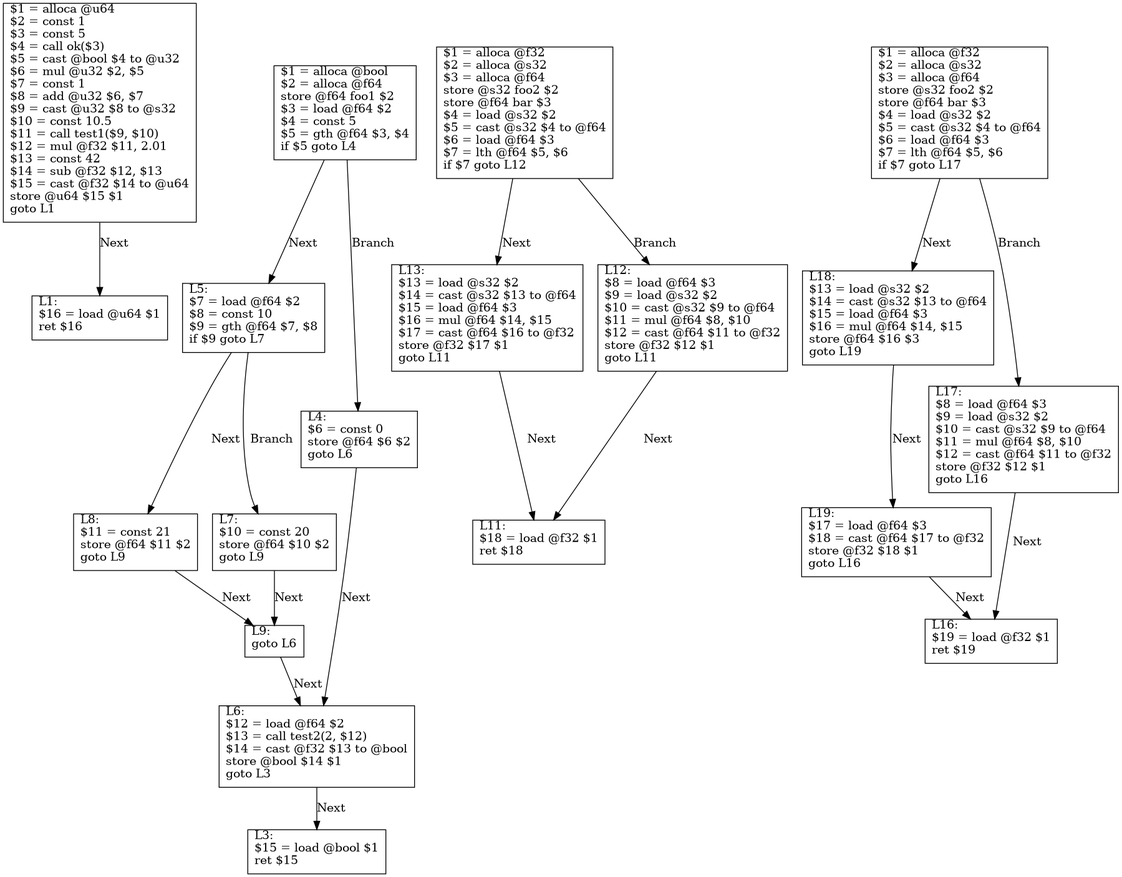
The Graphviz diagram example/test_opt.png in Excse/arkoi_language, before a commit. Its source is kept beside it as example/test_opt.dot.
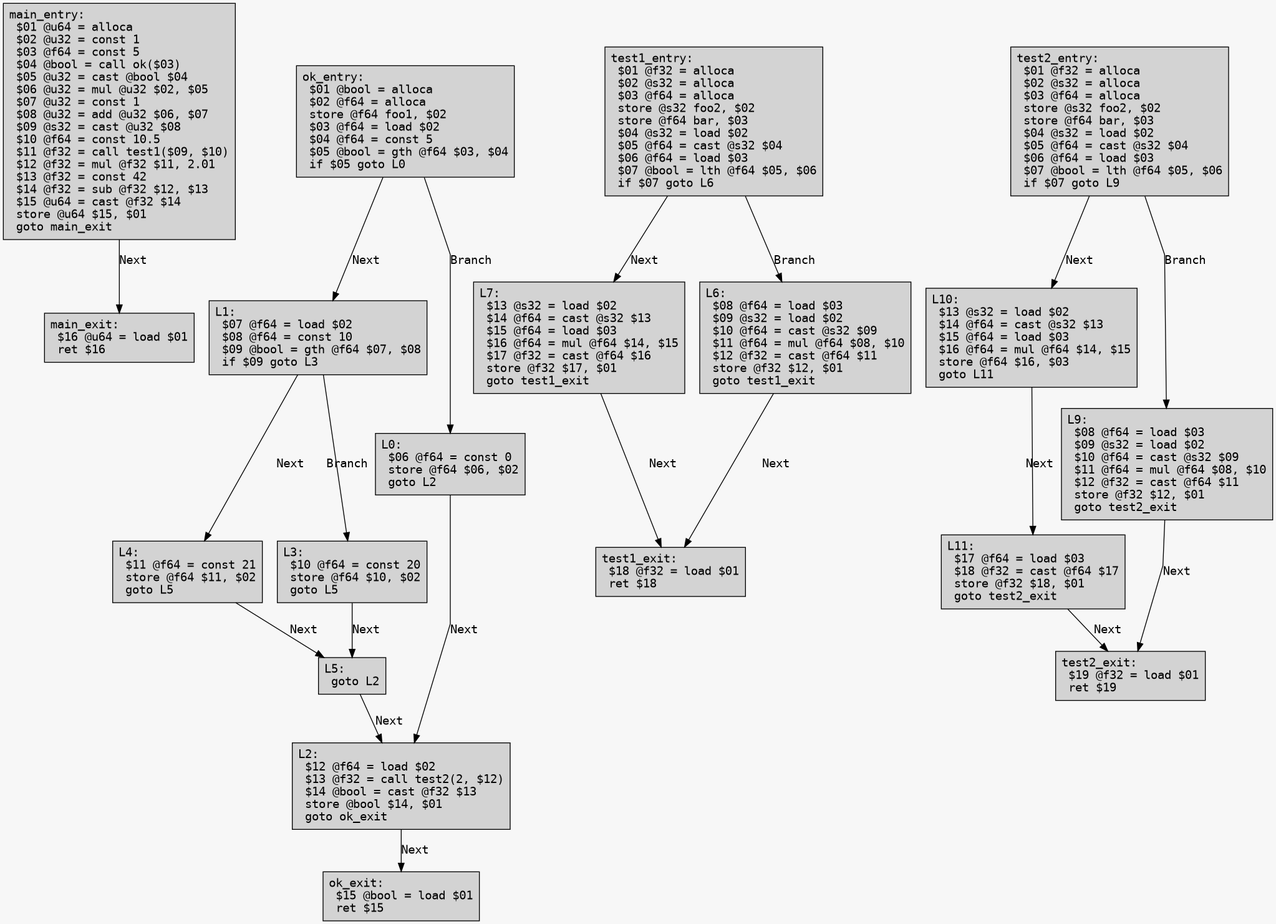
Later version of the same file.

The edit, as a diff of the source:
```diff
@@ -1,41 +1,46 @@
 digraph CFG {
-	node [shape=box, labelloc="t", labeljust="l"]
-	L0 [label="$1 = alloca @u64\l$2 = const 1\l$3 = const 5\l$4 = call ok($3)\l$5 = cast @bool $4 to @u32\l$6 = mul @u32 $2, $5\l$7 = const 1\l$8 = add @u32 $6, $7\l$9 = cast @u32 $8 to @s32\l$10 = const 10.5\l$11 = call test1($9, $10)\l$12 = mul @f32 $11, 2.01\l$13 = const 42\l$14 = sub @f32 $12, $13\l$15 = cast @f32 $14 to @u64\lstore @u64 $15 $1\lgoto L1\l"]
-	L0 -> L1 [label="Next"]
-	L1 [label="L1:\l$16 = load @u64 $1\lret $16\l"]
-	L2 [label="$1 = alloca @bool\l$2 = alloca @f64\lstore @f64 foo1 $2\l$3 = load @f64 $2\l$4 = const 5\l$5 = gth @f64 $3, $4\lif $5 goto L4\l"]
-	L2 -> L5 [label="Next"]
-	L2 -> L4 [label="Branch"]
-	L5 [label="L5:\l$7 = load @f64 $2\l$8 = const 10\l$9 = gth @f64 $7, $8\lif $9 goto L7\l"]
-	L5 -> L8 [label="Next"]
-	L5 -> L7 [label="Branch"]
-	L8 [label="L8:\l$11 = const 21\lstore @f64 $11 $2\lgoto L9\l"]
-	L8 -> L9 [label="Next"]
-	L9 [label="L9:\lgoto L6\l"]
-	L9 -> L6 [label="Next"]
-	L6 [label="L6:\l$12 = load @f64 $2\l$13 = call test2(2, $12)\l$14 = cast @f32 $13 to @bool\lstore @bool $14 $1\lgoto L3\l"]
-	L6 -> L3 [label="Next"]
-	L7 [label="L7:\l$10 = const 20\lstore @f64 $10 $2\lgoto L9\l"]
-	L7 -> L9 [label="Next"]
-	L4 [label="L4:\l$6 = const 0\lstore @f64 $6 $2\lgoto L6\l"]
-	L4 -> L6 [label="Next"]
-	L3 [label="L3:\l$15 = load @bool $1\lret $15\l"]
-	L10 [label="$1 = alloca @f32\l$2 = alloca @s32\l$3 = alloca @f64\lstore @s32 foo2 $2\lstore @f64 bar $3\l$4 = load @s32 $2\l$5 = cast @s32 $4 to @f64\l$6 = load @f64 $3\l$7 = lth @f64 $5, $6\lif $7 goto L12\l"]
-	L10 -> L13 [label="Next"]
-	L10 -> L12 [label="Branch"]
-	L13 [label="L13:\l$13 = load @s32 $2\l$14 = cast @s32 $13 to @f64\l$15 = load @f64 $3\l$16 = mul @f64 $14, $15\l$17 = cast @f64 $16 to @f32\lstore @f32 $17 $1\lgoto L11\l"]
-	L13 -> L11 [label="Next"]
-	L12 [label="L12:\l$8 = load @f64 $3\l$9 = load @s32 $2\l$10 = cast @s32 $9 to @f64\l$11 = mul @f64 $8, $10\l$12 = cast @f64 $11 to @f32\lstore @f32 $12 $1\lgoto L11\l"]
-	L12 -> L11 [label="Next"]
-	L11 [label="L11:\l$18 = load @f32 $1\lret $18\l"]
-	L15 [label="$1 = alloca @f32\l$2 = alloca @s32\l$3 = alloca @f64\lstore @s32 foo2 $2\lstore @f64 bar $3\l$4 = load @s32 $2\l$5 = cast @s32 $4 to @f64\l$6 = load @f64 $3\l$7 = lth @f64 $5, $6\lif $7 goto L17\l"]
-	L15 -> L18 [label="Next"]
-	L15 -> L17 [label="Branch"]
-	L18 [label="L18:\l$13 = load @s32 $2\l$14 = cast @s32 $13 to @f64\l$15 = load @f64 $3\l$16 = mul @f64 $14, $15\lstore @f64 $16 $3\lgoto L19\l"]
-	L18 -> L19 [label="Next"]
-	L19 [label="L19:\l$17 = load @f64 $3\l$18 = cast @f64 $17 to @f32\lstore @f32 $18 $1\lgoto L16\l"]
-	L19 -> L16 [label="Next"]
-	L17 [label="L17:\l$8 = load @f64 $3\l$9 = load @s32 $2\l$10 = cast @s32 $9 to @f64\l$11 = mul @f64 $8, $10\l$12 = cast @f64 $11 to @f32\lstore @f32 $12 $1\lgoto L16\l"]
-	L17 -> L16 [label="Next"]
-	L16 [label="L16:\l$19 = load @f32 $1\lret $19\l"]
+	graph [fontname = "Monospace"];
+	node  [fontname = "Monospace", shape=box, style=filled, margin=0.1];
+	edge  [fontname = "Monospace"];
+	bgcolor = "#f7f7f7";
+	splines = false;
+
+	main_entry [label="main_entry:\l $01 @u64 = alloca\l $02 @u32 = const 1\l $03 @f64 = const 5\l $04 @bool = call ok($03)\l $05 @u32 = cast @bool $04\l $06 @u32 = mul @u32 $02, $05\l $07 @u32 = const 1\l $08 @u32 = add @u32 $06, $07\l $09 @s32 = cast @u32 $08\l $10 @f64 = const 10.5\l $11 @f32 = call test1($09, $10)\l $12 @f32 = mul @f32 $11, 2.01\l $13 @f32 = const 42\l $14 @f32 = sub @f32 $12, $13\l $15 @u64 = cast @f32 $14\l store @u64 $15, $01\l goto main_exit\l"];
+	main_entry -> main_exit [label="Next"];
+	main_exit [label="main_exit:\l $16 @u64 = load $01\l ret $16\l"];
+	ok_entry [label="ok_entry:\l $01 @bool = alloca\l $02 @f64 = alloca\l store @f64 foo1, $02\l $03 @f64 = load $02\l $04 @f64 = const 5\l $05 @bool = gth @f64 $03, $04\l if $05 goto L0\l"];
+	ok_entry -> L1 [label="Next"];
+	ok_entry -> L0 [label="Branch"];
+	L1 [label="L1:\l $07 @f64 = load $02\l $08 @f64 = const 10\l $09 @bool = gth @f64 $07, $08\l if $09 goto L3\l"];
+	L1 -> L4 [label="Next"];
+	L1 -> L3 [label="Branch"];
+	L4 [label="L4:\l $11 @f64 = const 21\l store @f64 $11, $02\l goto L5\l"];
+	L4 -> L5 [label="Next"];
+	L5 [label="L5:\l goto L2\l"];
+	L5 -> L2 [label="Next"];
+	L2 [label="L2:\l $12 @f64 = load $02\l $13 @f32 = call test2(2, $12)\l $14 @bool = cast @f32 $13\l store @bool $14, $01\l goto ok_exit\l"];
+	L2 -> ok_exit [label="Next"];
+	L3 [label="L3:\l $10 @f64 = const 20\l store @f64 $10, $02\l goto L5\l"];
+	L3 -> L5 [label="Next"];
+	L0 [label="L0:\l $06 @f64 = const 0\l store @f64 $06, $02\l goto L2\l"];
+	L0 -> L2 [label="Next"];
+	ok_exit [label="ok_exit:\l $15 @bool = load $01\l ret $15\l"];
+	test1_entry [label="test1_entry:\l $01 @f32 = alloca\l $02 @s32 = alloca\l $03 @f64 = alloca\l store @s32 foo2, $02\l store @f64 bar, $03\l $04 @s32 = load $02\l $05 @f64 = cast @s32 $04\l $06 @f64 = load $03\l $07 @bool = lth @f64 $05, $06\l if $07 goto L6\l"];
+	test1_entry -> L7 [label="Next"];
+	test1_entry -> L6 [label="Branch"];
+	L7 [label="L7:\l $13 @s32 = load $02\l $14 @f64 = cast @s32 $13\l $15 @f64 = load $03\l $16 @f64 = mul @f64 $14, $15\l $17 @f32 = cast @f64 $16\l store @f32 $17, $01\l goto test1_exit\l"];
+	L7 -> test1_exit [label="Next"];
+	L6 [label="L6:\l $08 @f64 = load $03\l $09 @s32 = load $02\l $10 @f64 = cast @s32 $09\l $11 @f64 = mul @f64 $08, $10\l $12 @f32 = cast @f64 $11\l store @f32 $12, $01\l goto test1_exit\l"];
+	L6 -> test1_exit [label="Next"];
+	test1_exit [label="test1_exit:\l $18 @f32 = load $01\l ret $18\l"];
+	test2_entry [label="test2_entry:\l $01 @f32 = alloca\l $02 @s32 = alloca\l $03 @f64 = alloca\l store @s32 foo2, $02\l store @f64 bar, $03\l $04 @s32 = load $02\l $05 @f64 = cast @s32 $04\l $06 @f64 = load $03\l $07 @bool = lth @f64 $05, $06\l if $07 goto L9\l"];
+	test2_entry -> L10 [label="Next"];
+	test2_entry -> L9 [label="Branch"];
+	L10 [label="L10:\l $13 @s32 = load $02\l $14 @f64 = cast @s32 $13\l $15 @f64 = load $03\l $16 @f64 = mul @f64 $14, $15\l store @f64 $16, $03\l goto L11\l"];
+	L10 -> L11 [label="Next"];
+	L11 [label="L11:\l $17 @f64 = load $03\l $18 @f32 = cast @f64 $17\l store @f32 $18, $01\l goto test2_exit\l"];
+	L11 -> test2_exit [label="Next"];
+	L9 [label="L9:\l $08 @f64 = load $03\l $09 @s32 = load $02\l $10 @f64 = cast @s32 $09\l $11 @f64 = mul @f64 $08, $10\l $12 @f32 = cast @f64 $11\l store @f32 $12, $01\l goto test2_exit\l"];
+	L9 -> test2_exit [label="Next"];
+	test2_exit [label="test2_exit:\l $19 @f32 = load $01\l ret $19\l"];
 }
```
